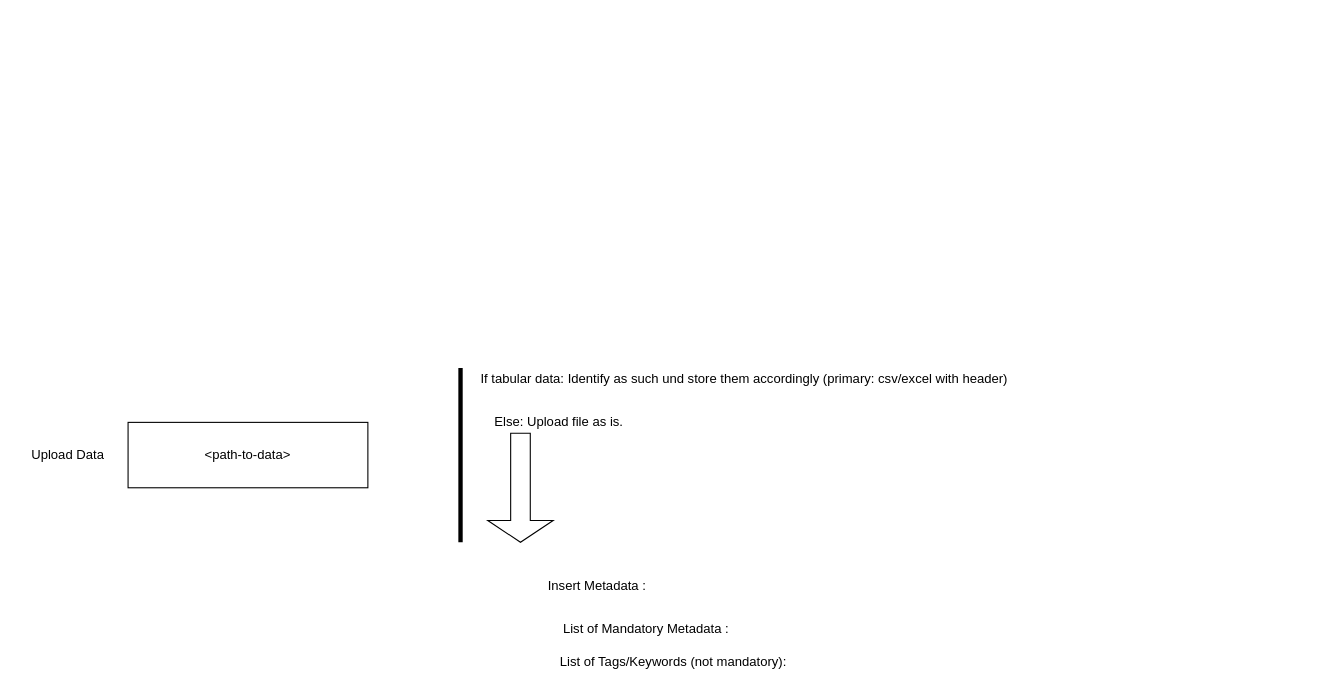
The draw.io diagram EsyDB/EsyDB_sw_p03.drawio in elghazi/drawings, before the edit. Source tidied: cells renumbered, new cells numbered last; positions are measured from the earlier drawing's top-left corner, leaving out a move shared by most shapes. Both pictures are drawn from the tidied source at 109%, with x=0, y=0 at pixel (19, 367).
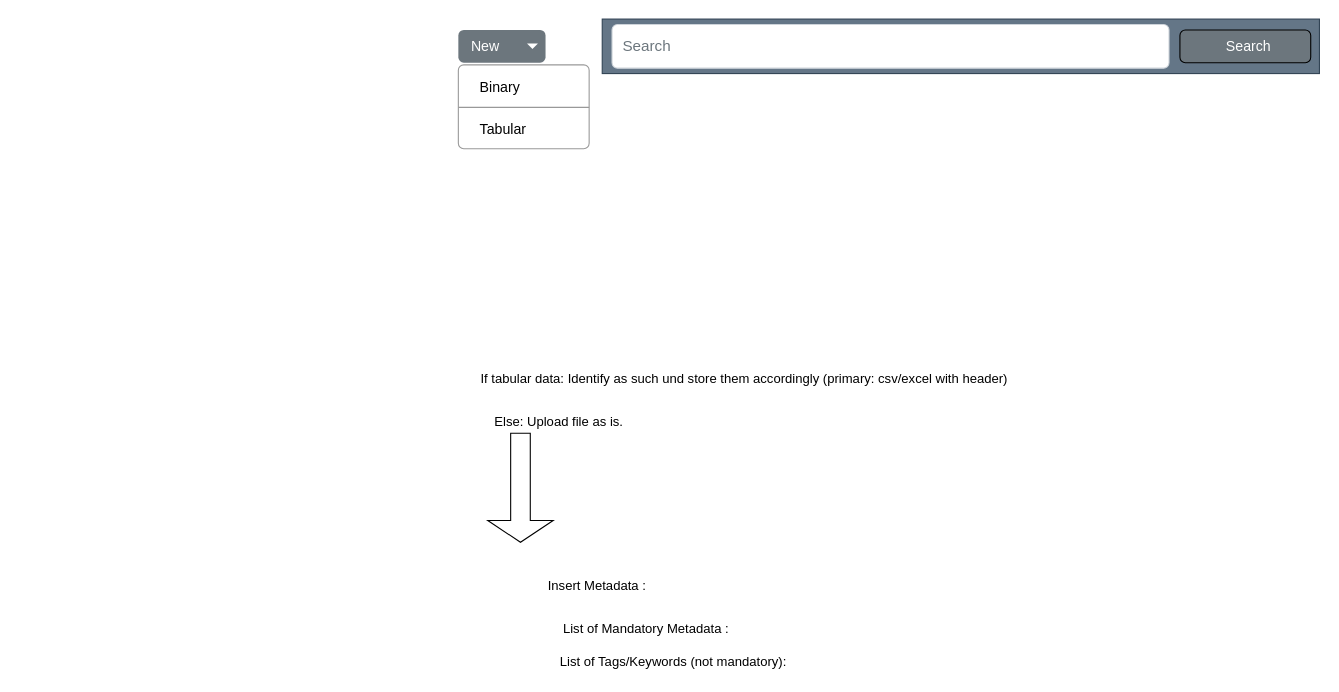
After the change.

The edit, as a diff of the source:
```diff
@@
-    <mxCell id="2" value="&amp;lt;path-to-data&amp;gt;" style="rounded=0;whiteSpace=wrap;html=1;" parent="1" vertex="1">
-      <mxGeometry x="100" y="50" width="220" height="60" as="geometry" />
-    </mxCell>
-    <mxCell id="3" value="Upload Data" style="text;html=1;strokeColor=none;fillColor=none;align=center;verticalAlign=middle;whiteSpace=wrap;rounded=0;" parent="1" vertex="1">
-      <mxGeometry y="60" width="90" height="40" as="geometry" />
-    </mxCell>
-    <mxCell id="4" style="line;strokeWidth=4;direction=south;html=1;perimeter=backbonePerimeter;" parent="1" vertex="1">
-      <mxGeometry x="400" width="10" height="160" as="geometry" />
-    </mxCell>
@@
+    <mxCell id="11" value="&lt;font style=&quot;font-size: 13px&quot;&gt;New&lt;/font&gt;" style="html=1;shadow=0;dashed=0;shape=mxgraph.bootstrap.rrect;rSize=5;strokeColor=none;strokeWidth=1;fillColor=#6C767D;fontColor=#ffffff;whiteSpace=wrap;align=left;verticalAlign=middle;fontStyle=0;fontSize=14;spacingLeft=10;" parent="1" vertex="1">
+      <mxGeometry x="403" y="-310" width="80" height="30" as="geometry" />
+    </mxCell>
+    <mxCell id="12" style="shape=triangle;direction=south;fillColor=#ffffff;strokeColor=none;perimeter=none;" parent="11" vertex="1">
+      <mxGeometry x="1" y="0.5" width="10" height="5" relative="1" as="geometry">
+        <mxPoint x="-17" y="-2.5" as="offset" />
+      </mxGeometry>
+    </mxCell>
+    <mxCell id="13" style="html=1;shadow=0;dashed=0;shape=mxgraph.bootstrap.rrect;rSize=5;fillColor=#ffffff;strokeColor=#999999;" parent="1" vertex="1">
+      <mxGeometry x="403" y="-278" width="120" height="77" as="geometry" />
+    </mxCell>
+    <mxCell id="14" value="Binary" style="fillColor=none;strokeColor=none;align=left;spacing=20;fontSize=13;" parent="13" vertex="1">
+      <mxGeometry width="120" height="30" relative="1" as="geometry">
+        <mxPoint y="5" as="offset" />
+      </mxGeometry>
+    </mxCell>
+    <mxCell id="15" value="Tabular" style="fillColor=none;strokeColor=none;align=left;spacing=20;fontSize=13;" parent="13" vertex="1">
+      <mxGeometry width="120" height="30" relative="1" as="geometry">
+        <mxPoint y="43" as="offset" />
+      </mxGeometry>
+    </mxCell>
+    <mxCell id="16" style="shape=line;strokeColor=#999999;perimeter=none;" parent="13" vertex="1">
+      <mxGeometry width="120" height="10" relative="1" as="geometry">
+        <mxPoint y="34" as="offset" />
+      </mxGeometry>
+    </mxCell>
+    <mxCell id="17" style="html=1;shadow=0;dashed=0;fillColor=#647687;strokeColor=#314354;fontSize=16;fontColor=#ffffff;align=left;spacing=15;" parent="1" vertex="1">
+      <mxGeometry x="535" y="-320" width="658" height="50" as="geometry" />
+    </mxCell>
+    <mxCell id="18" value="Search" style="html=1;shadow=0;dashed=0;shape=mxgraph.bootstrap.rrect;rSize=5;fontSize=14;fontColor=#6C767D;strokeColor=#CED4DA;fillColor=#ffffff;align=left;spacing=10;" parent="17" vertex="1">
+      <mxGeometry x="1" width="511" height="40" relative="1" as="geometry">
+        <mxPoint x="-649" y="5" as="offset" />
+      </mxGeometry>
+    </mxCell>
+    <mxCell id="19" value="&lt;font style=&quot;font-size: 13px&quot;&gt;Search&amp;nbsp;&lt;/font&gt;" style="html=1;shadow=0;dashed=0;shape=mxgraph.bootstrap.rrect;rSize=5;strokeColor=default;strokeWidth=1;fillColor=#6C767D;fontColor=#ffffff;whiteSpace=wrap;align=center;verticalAlign=middle;fontStyle=0;fontSize=14;spacingLeft=10;gradientColor=none;" parent="17" vertex="1">
+      <mxGeometry x="530" y="10" width="120" height="30" as="geometry" />
+    </mxCell>
```
